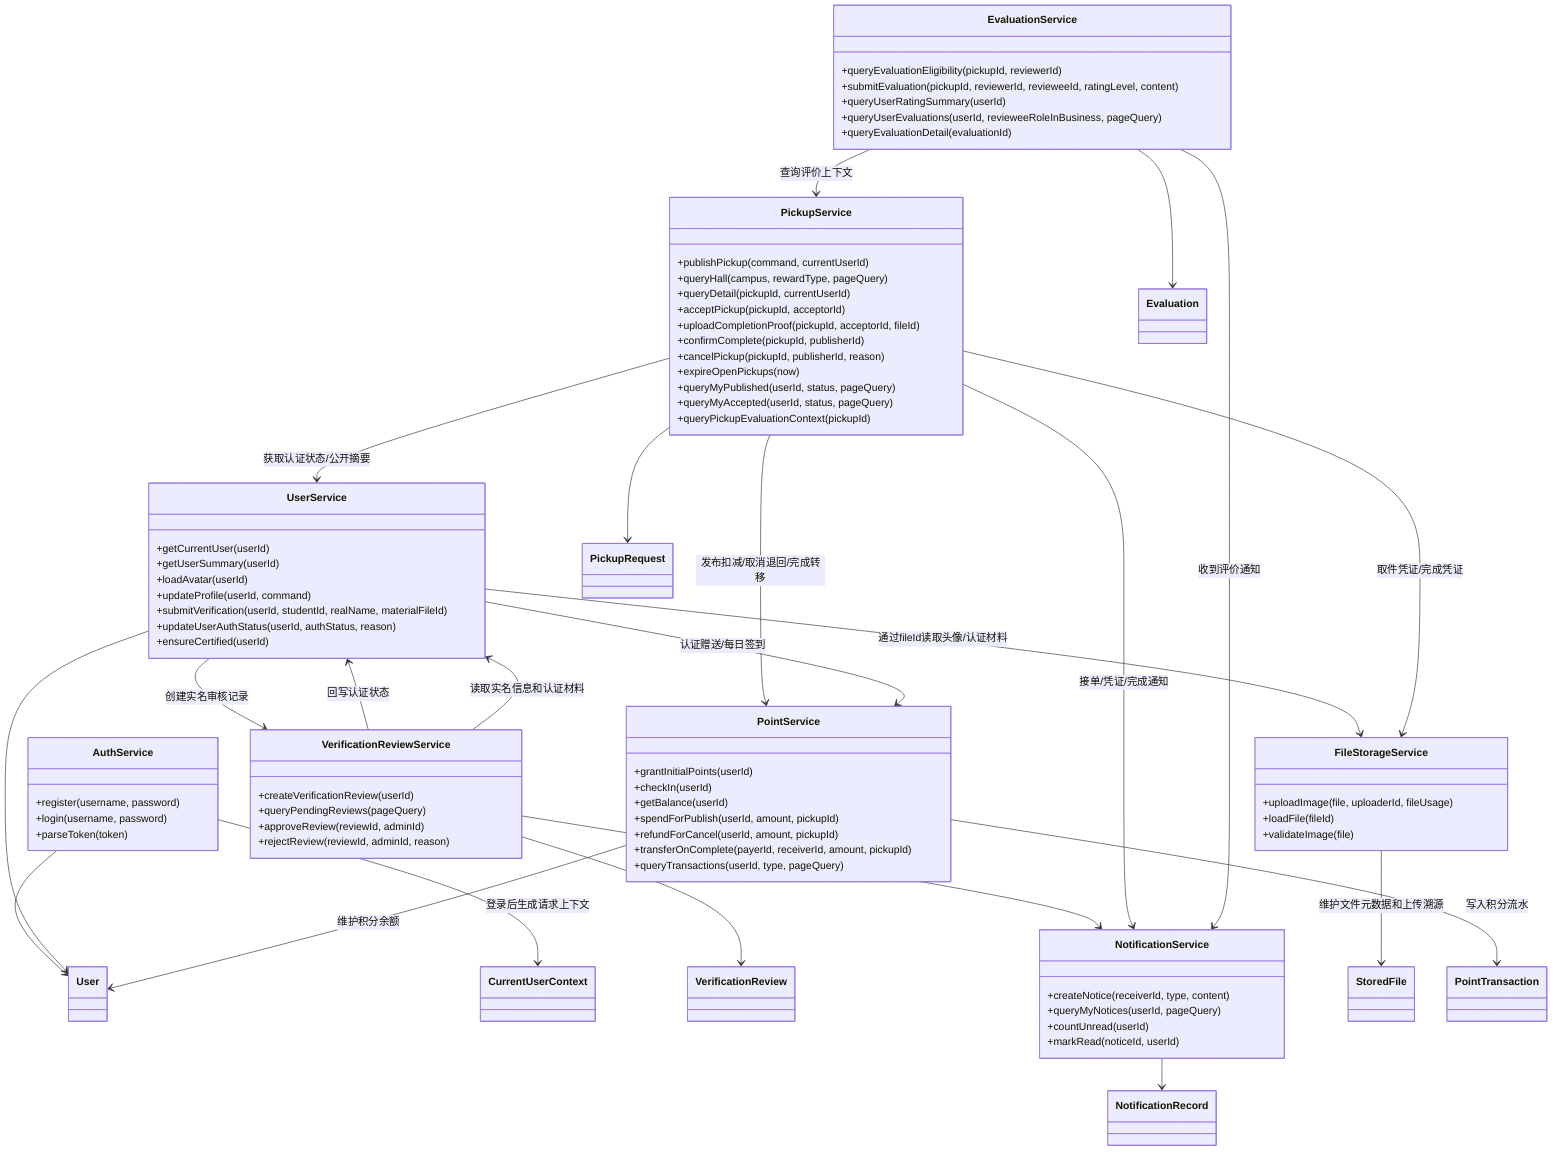
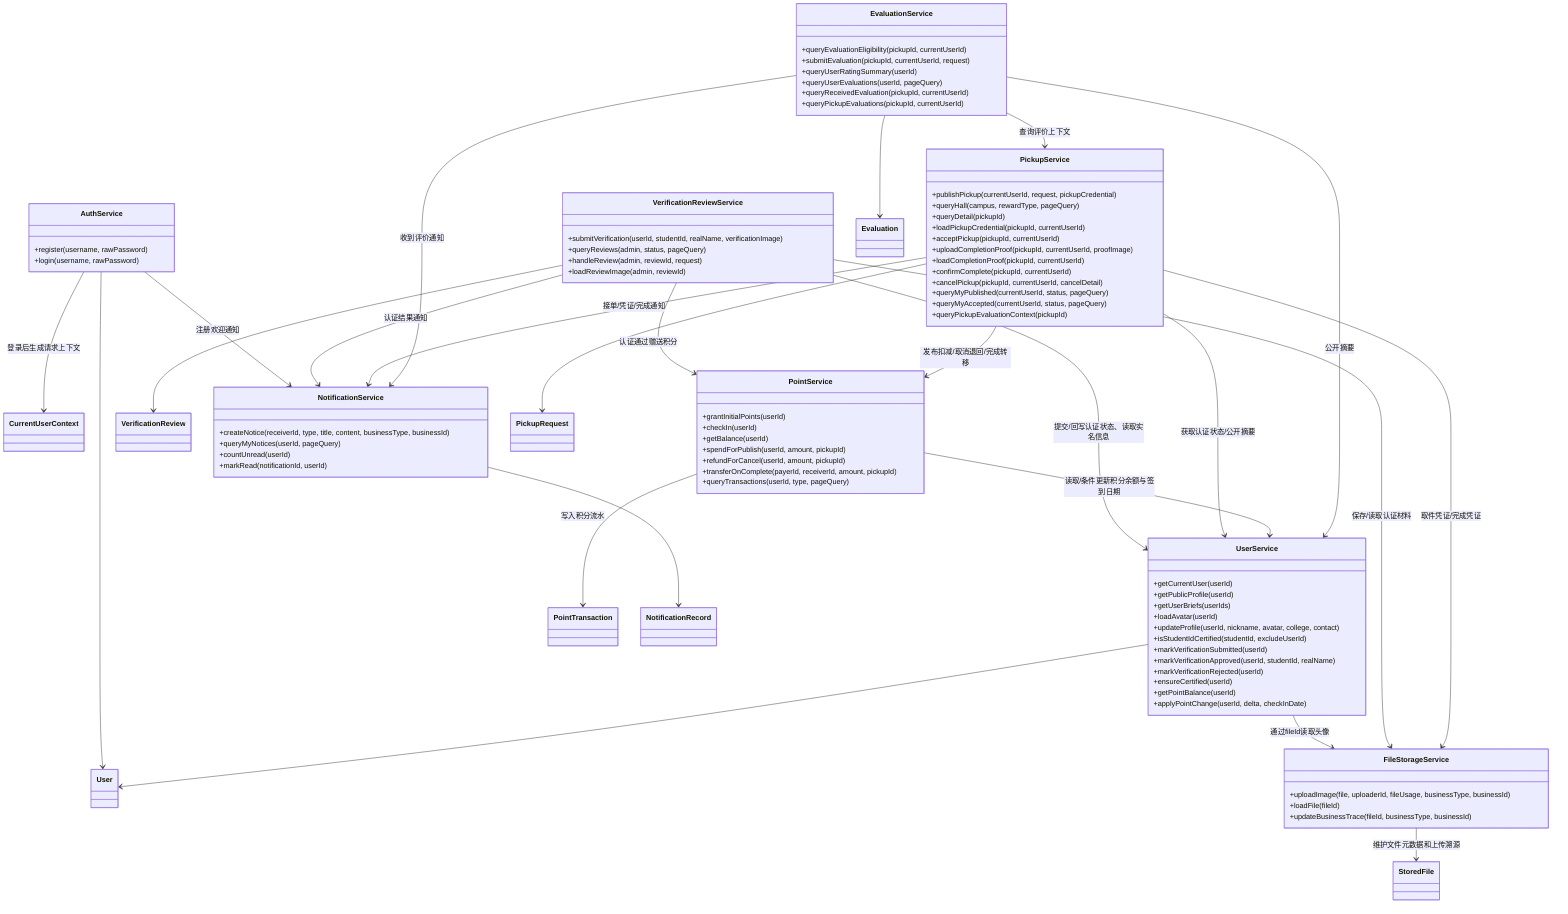
classDiagram
    AuthService --> User
    AuthService --> CurrentUserContext : 登录后生成请求上下文
+     AuthService --> NotificationService : 注册欢迎通知

    UserService --> User
-     UserService --> FileStorageService : 通过fileId读取头像/认证材料
-     UserService --> VerificationReviewService : 创建实名审核记录
+     UserService --> FileStorageService : 通过fileId读取头像

    VerificationReviewService --> VerificationReview
-     VerificationReviewService --> UserService : 回写认证状态
-     VerificationReviewService --> UserService : 读取实名信息和认证材料
+     VerificationReviewService --> UserService : 提交/回写认证状态、读取实名信息
+     VerificationReviewService --> FileStorageService : 保存/读取认证材料
+     VerificationReviewService --> PointService : 认证通过赠送积分
    VerificationReviewService --> NotificationService : 认证结果通知

    PickupService --> PickupRequest
    PickupService --> UserService : 获取认证状态/公开摘要
    PickupService --> PointService : 发布扣减/取消退回/完成转移
    PickupService --> FileStorageService : 取件凭证/完成凭证
    PickupService --> NotificationService : 接单/凭证/完成通知
    FileStorageService --> StoredFile : 维护文件元数据和上传溯源

-     UserService --> PointService : 认证赠送/每日签到
-     PointService --> User : 维护积分余额
+     PointService --> UserService : 读取/条件更新积分余额与签到日期
    PointService --> PointTransaction : 写入积分流水

    EvaluationService --> Evaluation
    EvaluationService --> PickupService : 查询评价上下文
+     EvaluationService --> UserService : 公开摘要
    EvaluationService --> NotificationService : 收到评价通知

    NotificationService --> NotificationRecord

    class AuthService {
-         +register(username, password)
-         +login(username, password)
-         +parseToken(token)
+         +register(username, rawPassword)
+         +login(username, rawPassword)
    }

    class UserService {
        +getCurrentUser(userId)
-         +getUserSummary(userId)
+         +getPublicProfile(userId)
+         +getUserBriefs(userIds)
        +loadAvatar(userId)
-         +updateProfile(userId, command)
-         +submitVerification(userId, studentId, realName, materialFileId)
-         +updateUserAuthStatus(userId, authStatus, reason)
+         +updateProfile(userId, nickname, avatar, college, contact)
+         +isStudentIdCertified(studentId, excludeUserId)
+         +markVerificationSubmitted(userId)
+         +markVerificationApproved(userId, studentId, realName)
+         +markVerificationRejected(userId)
        +ensureCertified(userId)
+         +getPointBalance(userId)
+         +applyPointChange(userId, delta, checkInDate)
    }

    class VerificationReviewService {
-         +createVerificationReview(userId)
-         +queryPendingReviews(pageQuery)
-         +approveReview(reviewId, adminId)
-         +rejectReview(reviewId, adminId, reason)
+         +submitVerification(userId, studentId, realName, verificationImage)
+         +queryReviews(admin, status, pageQuery)
+         +handleReview(admin, reviewId, request)
+         +loadReviewImage(admin, reviewId)
    }

    class PickupService {
-         +publishPickup(command, currentUserId)
+         +publishPickup(currentUserId, request, pickupCredential)
        +queryHall(campus, rewardType, pageQuery)
-         +queryDetail(pickupId, currentUserId)
-         +acceptPickup(pickupId, acceptorId)
-         +uploadCompletionProof(pickupId, acceptorId, fileId)
-         +confirmComplete(pickupId, publisherId)
-         +cancelPickup(pickupId, publisherId, reason)
-         +expireOpenPickups(now)
-         +queryMyPublished(userId, status, pageQuery)
-         +queryMyAccepted(userId, status, pageQuery)
+         +queryDetail(pickupId)
+         +loadPickupCredential(pickupId, currentUserId)
+         +acceptPickup(pickupId, currentUserId)
+         +uploadCompletionProof(pickupId, currentUserId, proofImage)
+         +loadCompletionProof(pickupId, currentUserId)
+         +confirmComplete(pickupId, currentUserId)
+         +cancelPickup(pickupId, currentUserId, cancelDetail)
+         +queryMyPublished(currentUserId, status, pageQuery)
+         +queryMyAccepted(currentUserId, status, pageQuery)
        +queryPickupEvaluationContext(pickupId)
    }

    class PointService {
        +grantInitialPoints(userId)
        +checkIn(userId)
        +getBalance(userId)
        +spendForPublish(userId, amount, pickupId)
        +refundForCancel(userId, amount, pickupId)
        +transferOnComplete(payerId, receiverId, amount, pickupId)
        +queryTransactions(userId, type, pageQuery)
    }

    class FileStorageService {
-         +uploadImage(file, uploaderId, fileUsage)
+         +uploadImage(file, uploaderId, fileUsage, businessType, businessId)
        +loadFile(fileId)
-         +validateImage(file)
+         +updateBusinessTrace(fileId, businessType, businessId)
    }

    class EvaluationService {
-         +queryEvaluationEligibility(pickupId, reviewerId)
-         +submitEvaluation(pickupId, reviewerId, revieweeId, ratingLevel, content)
+         +queryEvaluationEligibility(pickupId, currentUserId)
+         +submitEvaluation(pickupId, currentUserId, request)
        +queryUserRatingSummary(userId)
-         +queryUserEvaluations(userId, revieweeRoleInBusiness, pageQuery)
-         +queryEvaluationDetail(evaluationId)
+         +queryUserEvaluations(userId, pageQuery)
+         +queryReceivedEvaluation(pickupId, currentUserId)
+         +queryPickupEvaluations(pickupId, currentUserId)
    }

    class NotificationService {
-         +createNotice(receiverId, type, content)
+         +createNotice(receiverId, type, title, content, businessType, businessId)
        +queryMyNotices(userId, pageQuery)
        +countUnread(userId)
-         +markRead(noticeId, userId)
+         +markRead(notificationId, userId)
    }
